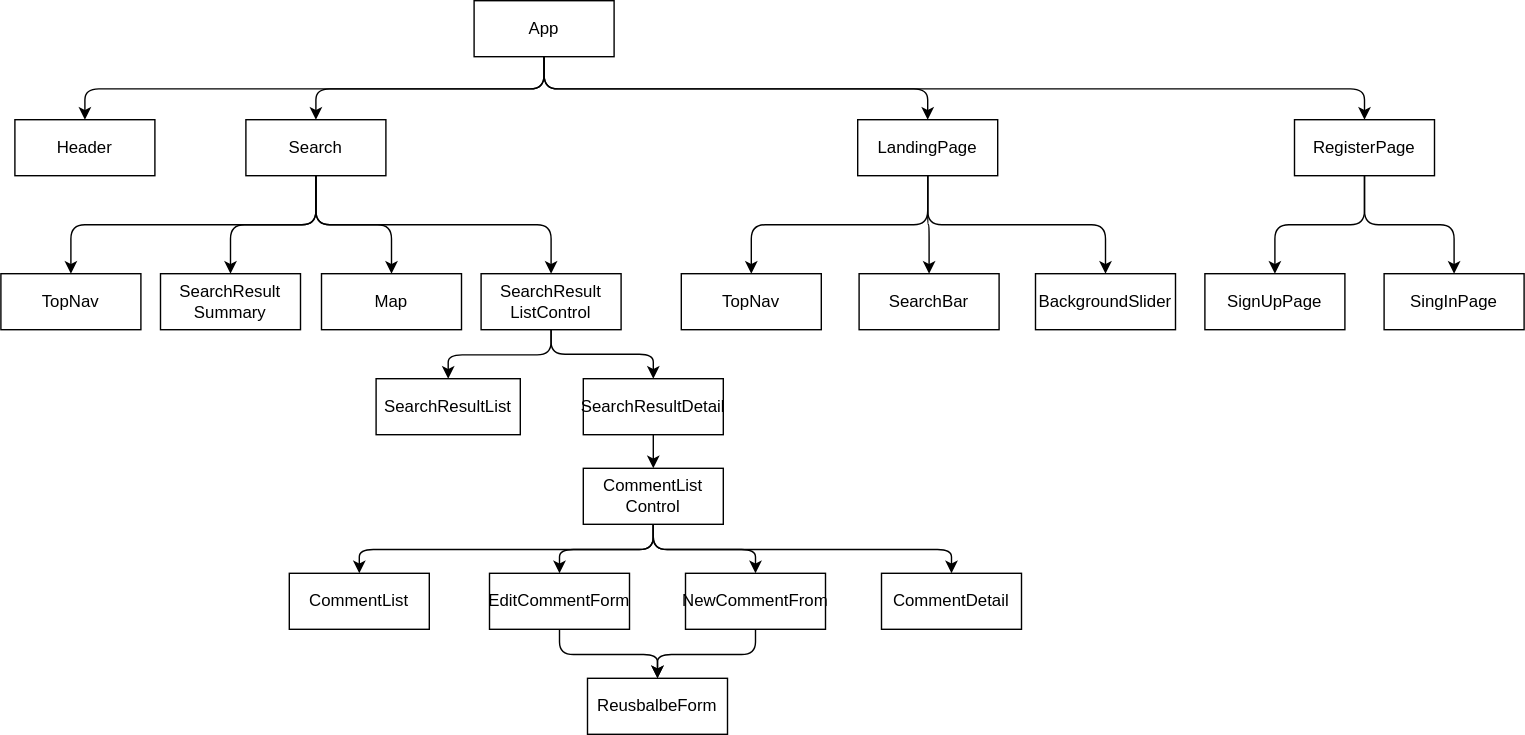
Earlier version of the draw.io export diagrams/MVP Diagram.drawio.svg (zbl14/capstone-planning-log-and-proposal). Source tidied: cells renumbered, new cells last; positions are measured from the earlier drawing's top-left corner, leaving out a move shared by most shapes.
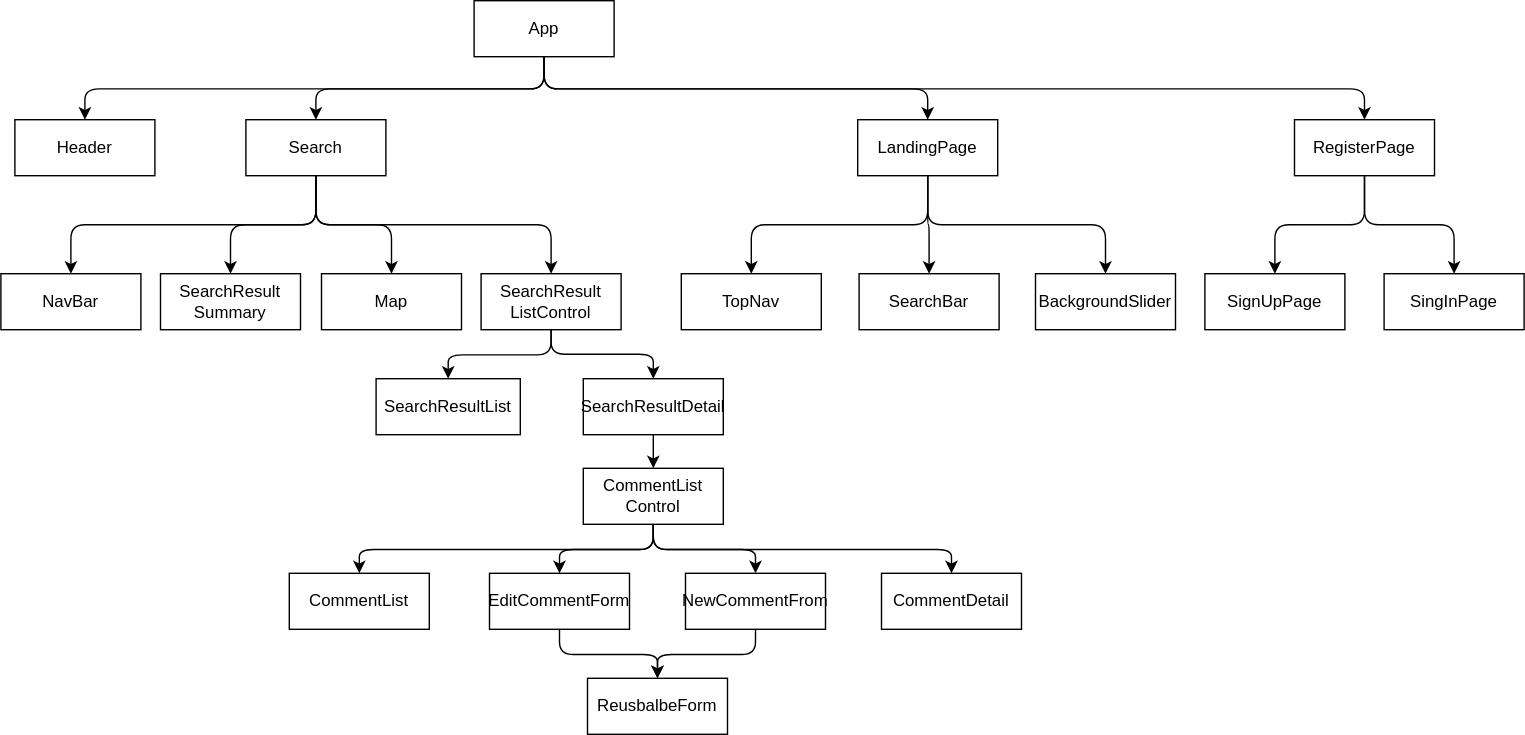
Later version of the same file.

What changed in the source:
```diff
@@ -71,7 +71,7 @@
     <mxCell id="24" value="SignUpPage" style="rounded=0;whiteSpace=wrap;html=1;" parent="1" vertex="1">
       <mxGeometry x="860" y="195" width="100" height="40" as="geometry" />
     </mxCell>
-    <mxCell id="25" value="TopNav" style="rounded=0;whiteSpace=wrap;html=1;" parent="1" vertex="1">
+    <mxCell id="25" value="NavBar" style="rounded=0;whiteSpace=wrap;html=1;" parent="1" vertex="1">
       <mxGeometry y="195" width="100" height="40" as="geometry" />
     </mxCell>
     <mxCell id="26" value="SearchResult&lt;br&gt;Summary" style="rounded=0;html=1;fontColor=default;labelBackgroundColor=none;labelBorderColor=none;whiteSpace=wrap;" parent="1" vertex="1">
```
